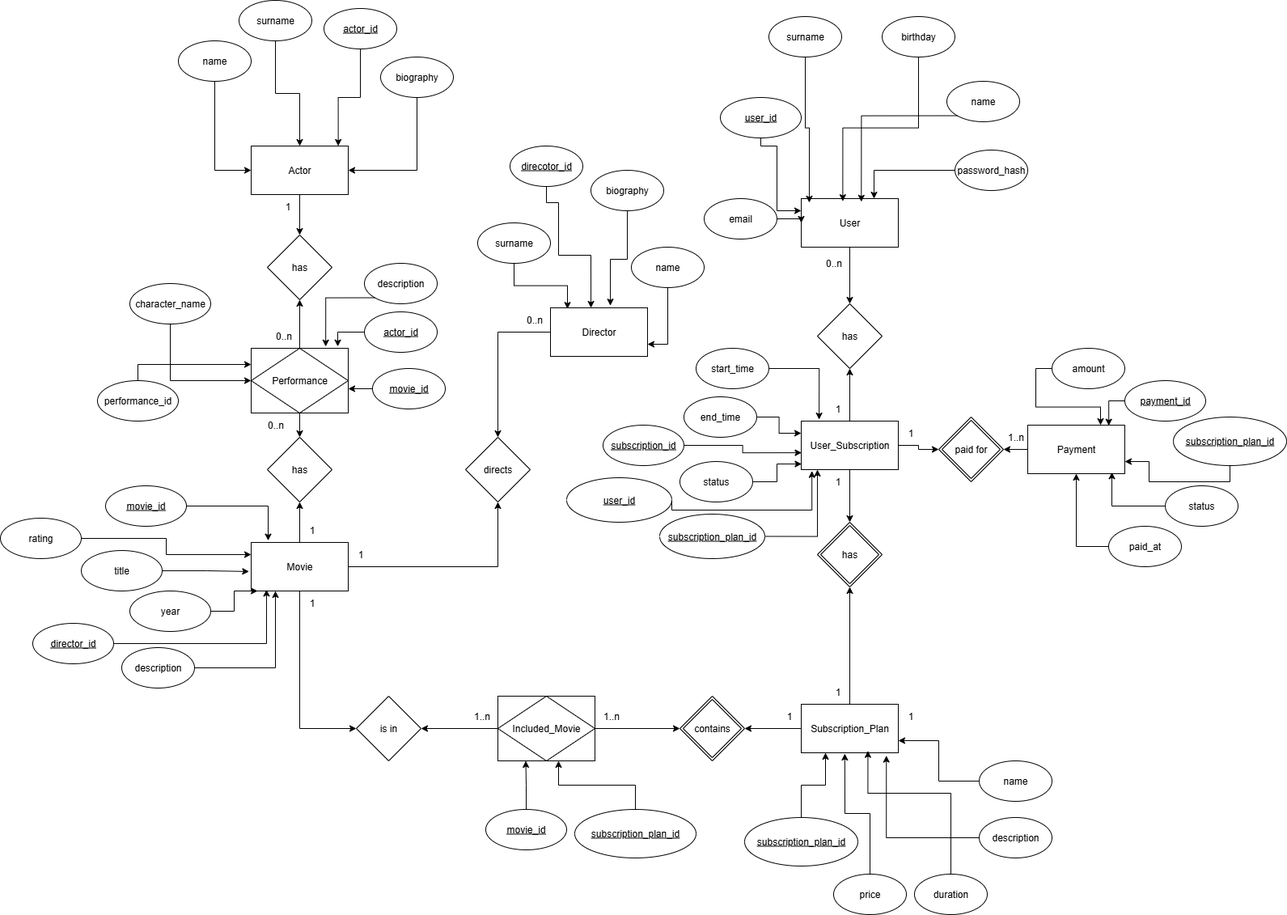
Before: lab1/сhen-notation-streaming-service.png, a diagram exported from draw.io (StudentPP1/KPI). Source tidied: cells renumbered, new cells last; positions are measured from the earlier drawing's top-left corner, leaving out a move shared by most shapes.
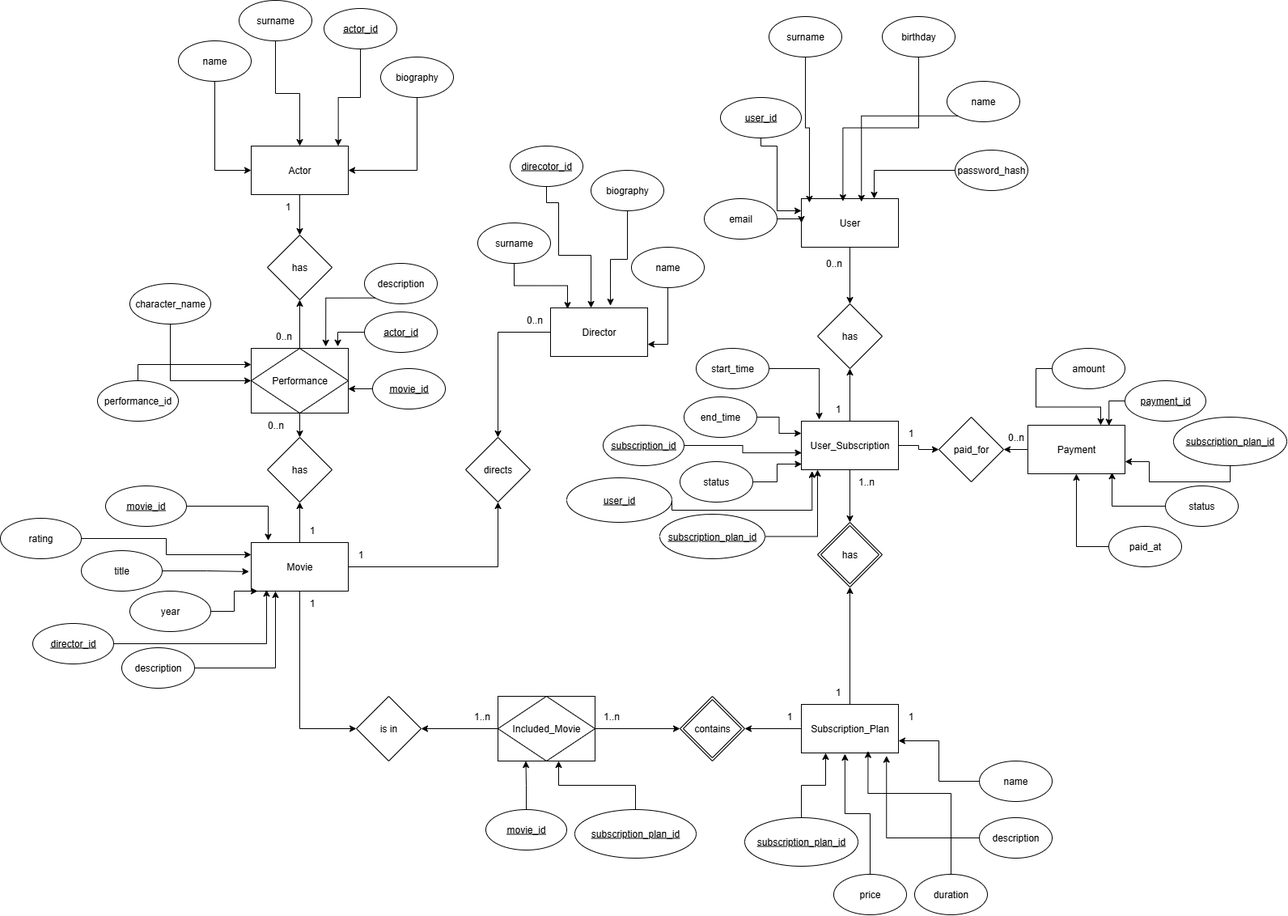
The same diagram one commit later.

Change to the diagram source:
```diff
@@ -38,8 +38,10 @@
     <mxCell id="11" style="edgeStyle=orthogonalEdgeStyle;rounded=0;jettySize=auto;html=1;exitX=0.5;exitY=0;exitDx=0;exitDy=0;entryX=0.5;entryY=1;entryDx=0;entryDy=0;" parent="1" edge="1" source="13" target="42">
       <mxGeometry relative="1" as="geometry" />
     </mxCell>
-    <mxCell id="12" style="edgeStyle=orthogonalEdgeStyle;rounded=0;jettySize=auto;html=1;exitX=1;exitY=0.5;exitDx=0;exitDy=0;entryX=0;entryY=0.5;entryDx=0;entryDy=0;fontFamily=Helvetica;fontSize=12;fontColor=default;" parent="1" edge="1" source="13" target="43">
-      <mxGeometry relative="1" as="geometry" />
+    <mxCell id="12" style="edgeStyle=orthogonalEdgeStyle;rounded=0;jettySize=auto;html=1;exitX=1;exitY=0.5;exitDx=0;exitDy=0;entryX=0;entryY=0.5;entryDx=0;entryDy=0;fontFamily=Helvetica;fontSize=12;fontColor=default;" parent="1" edge="1" source="13">
+      <mxGeometry relative="1" as="geometry">
+        <mxPoint x="1160" y="555" as="targetPoint" />
+      </mxGeometry>
     </mxCell>
     <mxCell id="13" value="User_Subscription" style="whiteSpace=wrap;html=1;" parent="1" vertex="1">
       <mxGeometry x="990" y="520" width="120" height="60" as="geometry" />
@@ -117,17 +119,16 @@
     <mxCell id="36" value="1" style="text;html=1;align=center;verticalAlign=middle;strokeColor=none;fillColor=none;" parent="1" vertex="1">
       <mxGeometry x="1020" y="840" width="30" height="30" as="geometry" />
     </mxCell>
-    <mxCell id="37" value="1" style="text;html=1;align=center;verticalAlign=middle;strokeColor=none;fillColor=none;" parent="1" vertex="1">
-      <mxGeometry x="1020" y="580" width="30" height="30" as="geometry" />
-    </mxCell>
     <mxCell id="38" style="edgeStyle=orthogonalEdgeStyle;rounded=0;jettySize=auto;html=1;exitX=0.5;exitY=1;exitDx=0;exitDy=0;entryX=0.5;entryY=0;entryDx=0;entryDy=0;" parent="1" edge="1" source="39" target="42">
       <mxGeometry relative="1" as="geometry" />
     </mxCell>
     <mxCell id="39" value="User" style="rounded=0;whiteSpace=wrap;html=1;" parent="1" vertex="1">
       <mxGeometry x="990" y="245" width="120" height="60" as="geometry" />
     </mxCell>
-    <mxCell id="40" style="edgeStyle=orthogonalEdgeStyle;rounded=0;jettySize=auto;html=1;exitX=0;exitY=0.5;exitDx=0;exitDy=0;entryX=1;entryY=0.5;entryDx=0;entryDy=0;fontFamily=Helvetica;fontSize=12;fontColor=default;" parent="1" edge="1" source="41" target="43">
-      <mxGeometry relative="1" as="geometry" />
+    <mxCell id="40" style="edgeStyle=orthogonalEdgeStyle;rounded=0;jettySize=auto;html=1;exitX=0;exitY=0.5;exitDx=0;exitDy=0;entryX=1;entryY=0.5;entryDx=0;entryDy=0;fontFamily=Helvetica;fontSize=12;fontColor=default;" parent="1" edge="1" source="41">
+      <mxGeometry relative="1" as="geometry">
+        <mxPoint x="1240" y="555" as="targetPoint" />
+      </mxGeometry>
     </mxCell>
     <mxCell id="41" value="Payment" style="rounded=0;whiteSpace=wrap;html=1;" parent="1" vertex="1">
       <mxGeometry x="1270" y="525" width="120" height="60" as="geometry" />
@@ -135,9 +136,6 @@
     <mxCell id="42" value="has" style="rhombus;whiteSpace=wrap;html=1;" parent="1" vertex="1">
       <mxGeometry x="1010" y="375" width="80" height="80" as="geometry" />
     </mxCell>
-    <mxCell id="43" value="paid for" style="whiteSpace=wrap;html=1;shape=rhombus;double=1;perimeter=rhombusPerimeter;" parent="1" vertex="1">
-      <mxGeometry x="1160" y="515" width="80" height="80" as="geometry" />
-    </mxCell>
     <mxCell id="44" value="1" style="text;html=1;align=center;verticalAlign=middle;strokeColor=none;fillColor=none;" parent="1" vertex="1">
       <mxGeometry x="1020" y="490" width="30" height="30" as="geometry" />
     </mxCell>
@@ -430,7 +428,7 @@
     <mxCell id="134" value="1" style="text;html=1;align=center;verticalAlign=middle;strokeColor=none;fillColor=none;" parent="1" vertex="1">
       <mxGeometry x="1110" y="520" width="30" height="30" as="geometry" />
     </mxCell>
-    <mxCell id="135" value="1..n" style="text;html=1;align=center;verticalAlign=middle;strokeColor=none;fillColor=none;" parent="1" vertex="1">
+    <mxCell id="135" value="0..n" style="text;html=1;align=center;verticalAlign=middle;strokeColor=none;fillColor=none;" parent="1" vertex="1">
       <mxGeometry x="1235" y="525" width="40" height="30" as="geometry" />
     </mxCell>
     <mxCell id="136" value="&lt;u&gt;user_id&lt;/u&gt;" style="ellipse;whiteSpace=wrap;html=1;" parent="1" vertex="1">
@@ -447,5 +445,11 @@
     <mxCell id="138" style="edgeStyle=orthogonalEdgeStyle;rounded=0;jettySize=auto;html=1;exitX=0;exitY=0.5;exitDx=0;exitDy=0;entryX=0.835;entryY=0.011;entryDx=0;entryDy=0;entryPerimeter=0;fontFamily=Helvetica;fontSize=12;fontColor=default;" parent="1" edge="1" source="107" target="41">
       <mxGeometry relative="1" as="geometry" />
     </mxCell>
+    <mxCell id="139" value="paid_for" style="rhombus;whiteSpace=wrap;html=1;" parent="1" vertex="1">
+      <mxGeometry x="1160" y="515" width="80" height="80" as="geometry" />
+    </mxCell>
+    <mxCell id="140" value="1..n" style="text;html=1;align=center;verticalAlign=middle;strokeColor=none;fillColor=none;" parent="1" vertex="1">
+      <mxGeometry x="1050" y="580" width="40" height="30" as="geometry" />
+    </mxCell>
   </root>
 </mxGraphModel>
```
